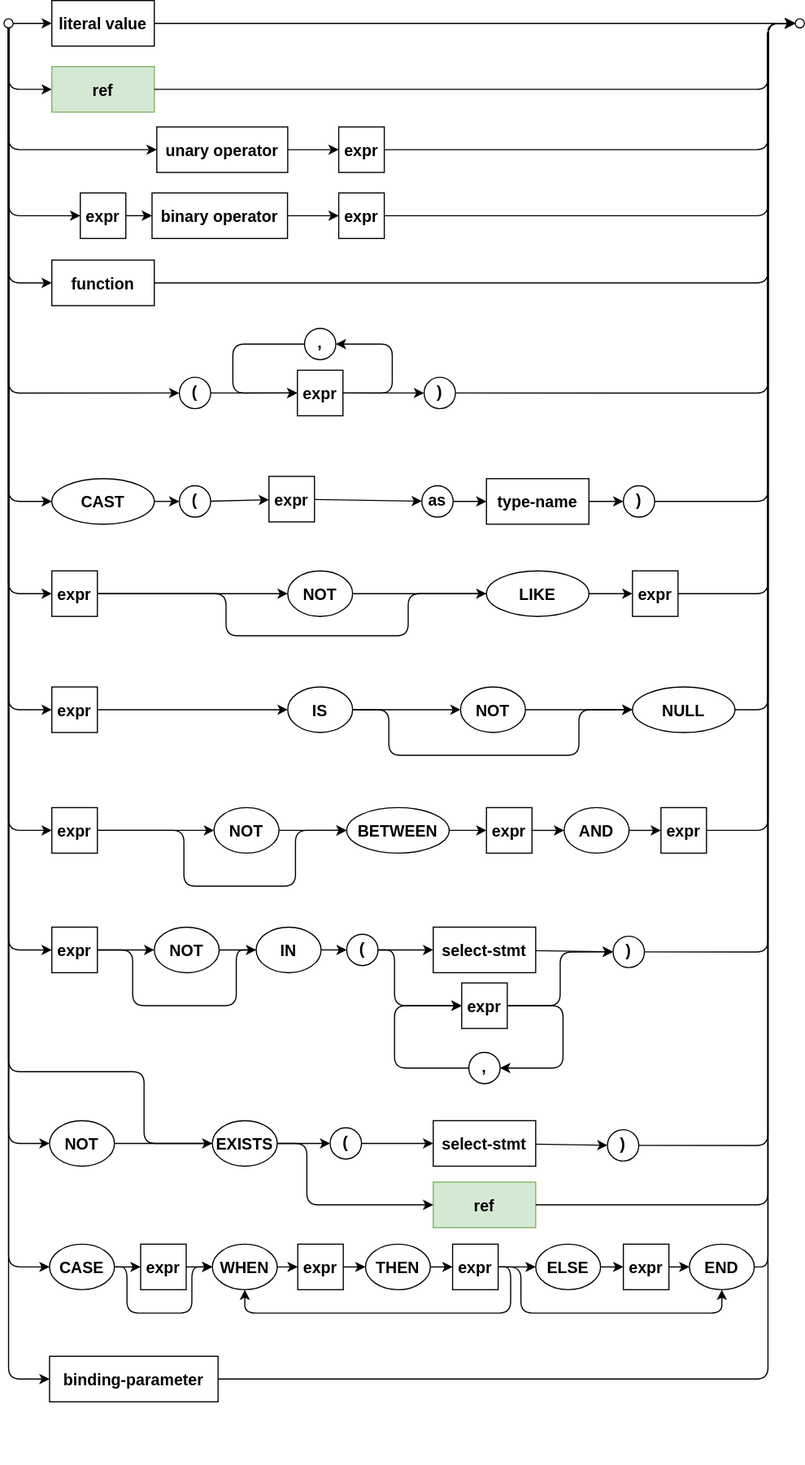
The draw.io diagram assets/cxl/expr.drawio.svg in capire/docs, before a commit. Source tidied: cells renumbered, new cells last; positions are measured from the earlier drawing's top-left corner, leaving out a move shared by most shapes.
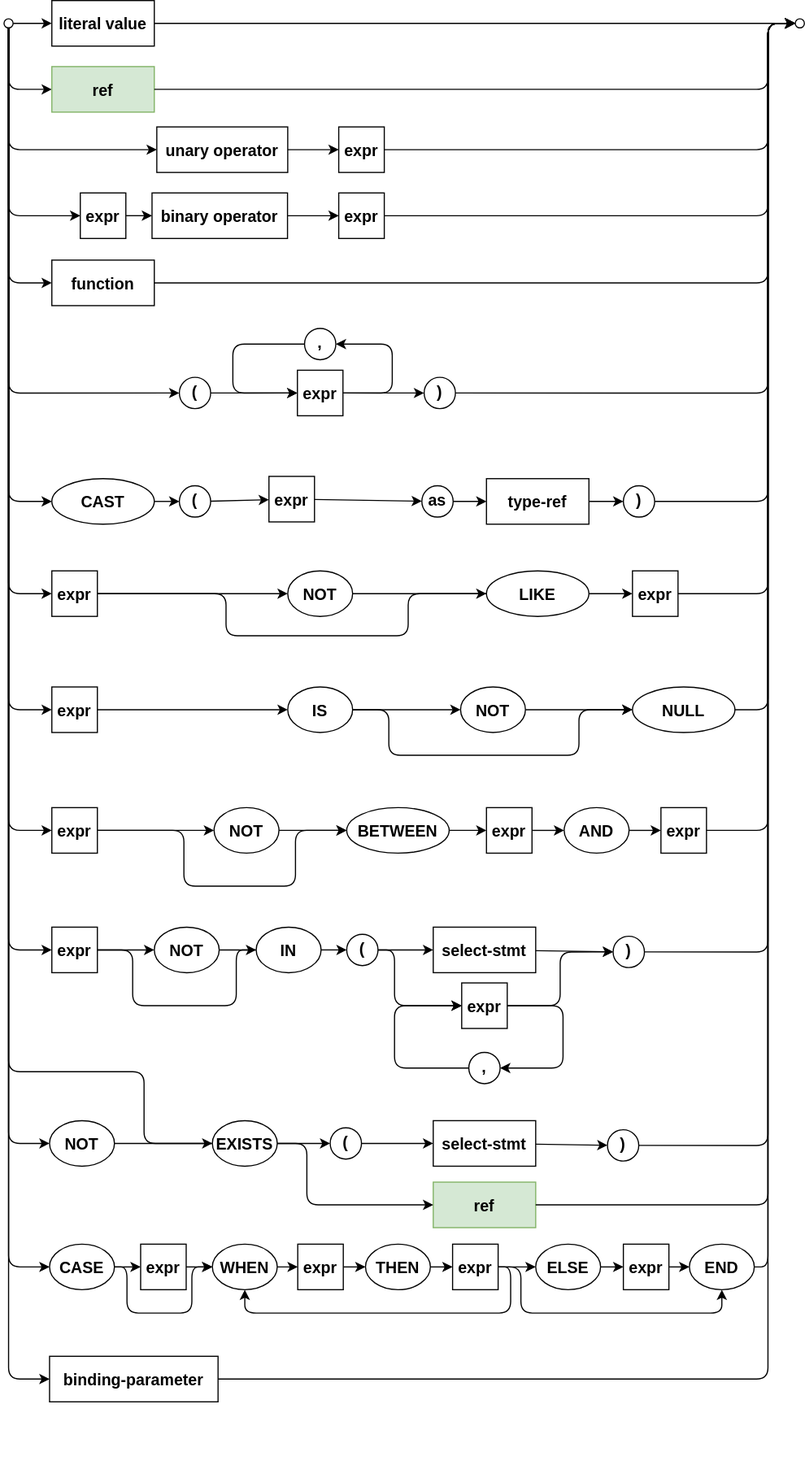
After the commit.

The edit, as a diff of the source:
```diff
@@ -162,7 +162,7 @@
     <mxCell id="40" style="edgeStyle=none;textDirection=ltr;verticalAlign=middle;spacing=2;strokeWidth=1;fontSize=14;fontStyle=1;horizontal=1;labelBorderColor=none;textShadow=0;" parent="1" edge="1" source="41" target="42">
       <mxGeometry relative="1" as="geometry" />
     </mxCell>
-    <mxCell id="41" value="type-name" style="rounded=0;strokeWidth=1;arcSize=37;textDirection=ltr;verticalAlign=middle;spacing=2;fontSize=14;fontStyle=1;horizontal=1;labelBorderColor=none;textShadow=0;" parent="1" vertex="1">
+    <mxCell id="41" value="type-ref" style="rounded=0;strokeWidth=1;arcSize=37;textDirection=ltr;verticalAlign=middle;spacing=2;fontSize=14;fontStyle=1;horizontal=1;labelBorderColor=none;textShadow=0;" parent="1" vertex="1">
       <mxGeometry x="423.8" y="420" width="90" height="40" as="geometry" />
     </mxCell>
     <mxCell id="42" value=")" style="ellipse;verticalAlign=top;spacingBottom=4;textDirection=ltr;spacing=0;strokeWidth=1;fontSize=14;fontStyle=1;horizontal=1;labelBorderColor=none;textShadow=0;" parent="1" vertex="1">
```
